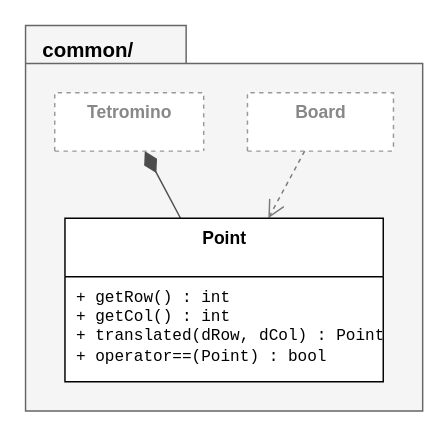
The draw.io diagram page "common" (2 of 10) of docs/oop-tetris-class-diagram.drawio in taeg2/ku-oop2-tetris, before the edit. Source tidied: cells renumbered, new cells numbered last; positions are measured from the earlier drawing's top-left corner, leaving out a move shared by most shapes. Both pictures are drawn from the tidied source at 146%, with x=0, y=0 at pixel (25, 25).
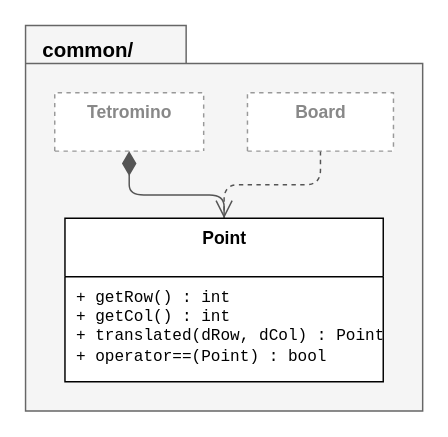
After the change.

Diff of the diagram source:
```diff
@@
 <mxGraphModel>
   <root>
     <mxCell id="0" />
     <mxCell id="1" parent="0" />
     <mxCell id="2" value="common/" style="shape=folder;fontStyle=1;tabWidth=110;tabHeight=26;tabPosition=left;html=1;verticalAlign=top;align=left;spacingLeft=10;spacingTop=2;fontSize=14;fillColor=#f5f5f5;strokeColor=#666666;" parent="1" vertex="1">
       <mxGeometry width="272" height="264" as="geometry" />
     </mxCell>
-    <mxCell id="3" style="edgeStyle=none;rounded=0;html=1;startArrow=diamondThin;startFill=1;startSize=14;endArrow=none;strokeColor=#4d4d4d;" parent="1" edge="1" source="5" target="7">
+    <mxCell id="3" style="edgeStyle=orthogonalEdgeStyle;rounded=1;html=1;jettySize=auto;strokeColor=#555555;startArrow=diamondThin;startFill=1;startSize=14;endArrow=none;" parent="1" edge="1" source="5" target="7">
       <mxGeometry relative="1" as="geometry" />
     </mxCell>
-    <mxCell id="4" style="edgeStyle=none;rounded=0;html=1;endArrow=open;endFill=0;endSize=10;dashed=1;strokeColor=#7a7a7a;" parent="1" edge="1" source="6" target="7">
+    <mxCell id="4" style="edgeStyle=orthogonalEdgeStyle;rounded=1;html=1;jettySize=auto;strokeColor=#555555;endArrow=open;endFill=0;endSize=10;dashed=1;" parent="1" edge="1" source="6" target="7">
       <mxGeometry relative="1" as="geometry" />
     </mxCell>
     <mxCell id="5" value="Tetromino" style="swimlane;fontStyle=1;align=center;verticalAlign=top;horizontal=1;startSize=40;html=1;fillColor=#ffffff;swimlaneFillColor=#ffffff;dashed=1;fontColor=#888888;strokeColor=#999999;" parent="1" vertex="1">
       <mxGeometry x="20" y="46" width="102" height="40" as="geometry" />
     </mxCell>
     <mxCell id="6" value="Board" style="swimlane;fontStyle=1;align=center;verticalAlign=top;horizontal=1;startSize=40;html=1;fillColor=#ffffff;swimlaneFillColor=#ffffff;dashed=1;fontColor=#888888;strokeColor=#999999;" parent="1" vertex="1">
       <mxGeometry x="152" y="46" width="100" height="40" as="geometry" />
     </mxCell>
     <mxCell id="7" value="Point" style="swimlane;fontStyle=1;align=center;verticalAlign=top;horizontal=1;startSize=40;html=1;fillColor=#ffffff;swimlaneFillColor=#ffffff;" parent="1" vertex="1">
       <mxGeometry x="27" y="132" width="218" height="112" as="geometry" />
     </mxCell>
     <mxCell id="8" value="+ getRow() : int&lt;br&gt;+ getCol() : int&lt;br&gt;+ translated(dRow, dCol) : Point&lt;br&gt;+ operator==(Point) : bool" style="text;strokeColor=none;fillColor=none;align=left;verticalAlign=top;spacingLeft=6;spacingTop=2;overflow=hidden;html=1;fontFamily=Consolas;fontSize=11;" parent="7" vertex="1">
       <mxGeometry y="40" width="218" height="72" as="geometry" />
     </mxCell>
   </root>
 </mxGraphModel>
```
